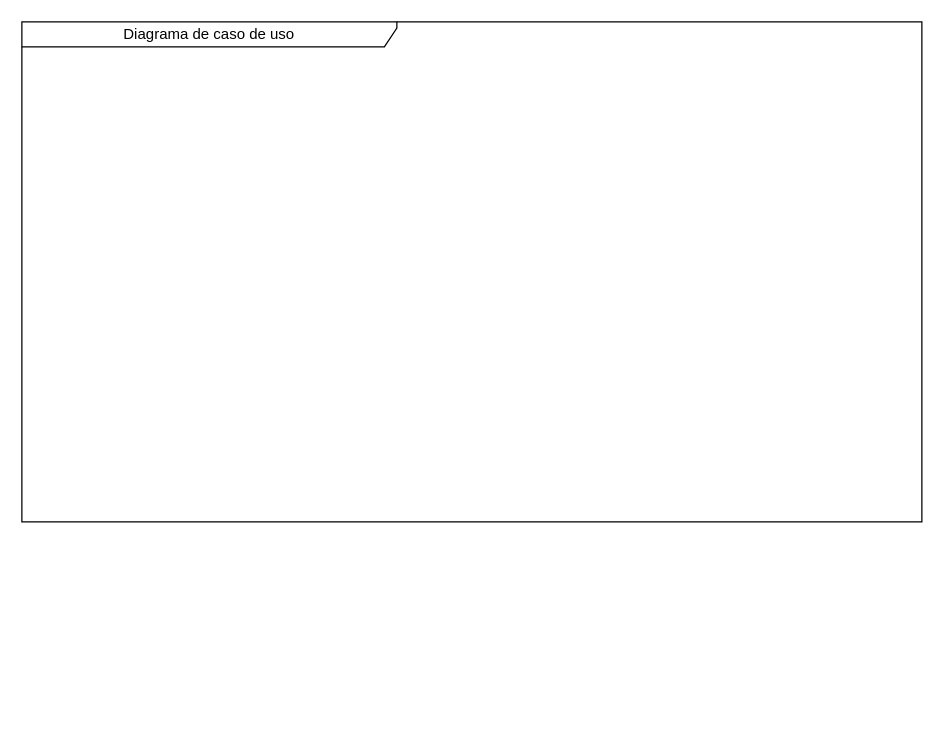
This is Diagrama de caso de uso PizzaNet.drawio from PaulaSena/DiagramasFaculdade, a draw.io file, before an edit. Source tidied: cells renumbered, new cells numbered last; positions are measured from the earlier drawing's top-left corner, leaving out a move shared by most shapes. Both pictures are drawn from the tidied source at 125%, with x=0, y=0 at pixel (21, 21).
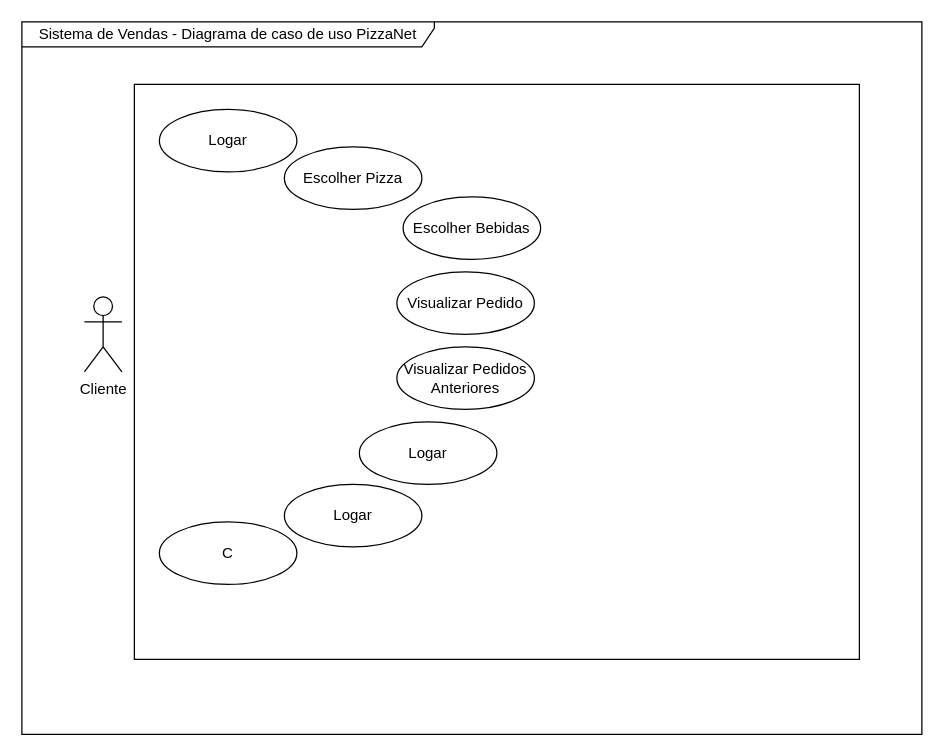
After the change.

Diff of the diagram source:
```diff
@@
 <mxGraphModel>
   <root>
     <mxCell id="0" />
     <mxCell id="1" parent="0" />
-    <mxCell id="2" value="Diagrama de caso de uso" style="shape=umlFrame;whiteSpace=wrap;html=1;width=300;height=20;" parent="1" vertex="1">
-      <mxGeometry width="720" height="400" as="geometry" />
+    <mxCell id="2" value="Sistema de Vendas - Diagrama de caso de uso PizzaNet" style="shape=umlFrame;whiteSpace=wrap;html=1;width=330;height=20;" parent="1" vertex="1">
+      <mxGeometry width="720" height="570" as="geometry" />
     </mxCell>
+    <mxCell id="3" value="Cliente" style="shape=umlActor;verticalLabelPosition=bottom;verticalAlign=top;html=1;" parent="1" vertex="1">
+      <mxGeometry x="50" y="220" width="30" height="60" as="geometry" />
+    </mxCell>
+    <mxCell id="4" style="html=1;" parent="1" vertex="1">
+      <mxGeometry x="90" y="50" width="580" height="460" as="geometry" />
+    </mxCell>
+    <mxCell id="5" value="Logar" style="ellipse;whiteSpace=wrap;html=1;" parent="1" vertex="1">
+      <mxGeometry x="110" y="70" width="110" height="50" as="geometry" />
+    </mxCell>
+    <mxCell id="6" value="Escolher Bebidas" style="ellipse;whiteSpace=wrap;html=1;" parent="1" vertex="1">
+      <mxGeometry x="305" y="140" width="110" height="50" as="geometry" />
+    </mxCell>
+    <mxCell id="7" value="Visualizar Pedidos Anteriores" style="ellipse;whiteSpace=wrap;html=1;" parent="1" vertex="1">
+      <mxGeometry x="300" y="260" width="110" height="50" as="geometry" />
+    </mxCell>
+    <mxCell id="8" value="C" style="ellipse;whiteSpace=wrap;html=1;" parent="1" vertex="1">
+      <mxGeometry x="110" y="400" width="110" height="50" as="geometry" />
+    </mxCell>
+    <mxCell id="9" value="Escolher Pizza" style="ellipse;whiteSpace=wrap;html=1;" parent="1" vertex="1">
+      <mxGeometry x="210" y="100" width="110" height="50" as="geometry" />
+    </mxCell>
+    <mxCell id="10" value="Visualizar Pedido" style="ellipse;whiteSpace=wrap;html=1;" parent="1" vertex="1">
+      <mxGeometry x="300" y="200" width="110" height="50" as="geometry" />
+    </mxCell>
+    <mxCell id="11" value="Logar" style="ellipse;whiteSpace=wrap;html=1;" parent="1" vertex="1">
+      <mxGeometry x="210" y="370" width="110" height="50" as="geometry" />
+    </mxCell>
+    <mxCell id="12" value="Logar" style="ellipse;whiteSpace=wrap;html=1;" parent="1" vertex="1">
+      <mxGeometry x="270" y="320" width="110" height="50" as="geometry" />
+    </mxCell>
   </root>
 </mxGraphModel>
```
